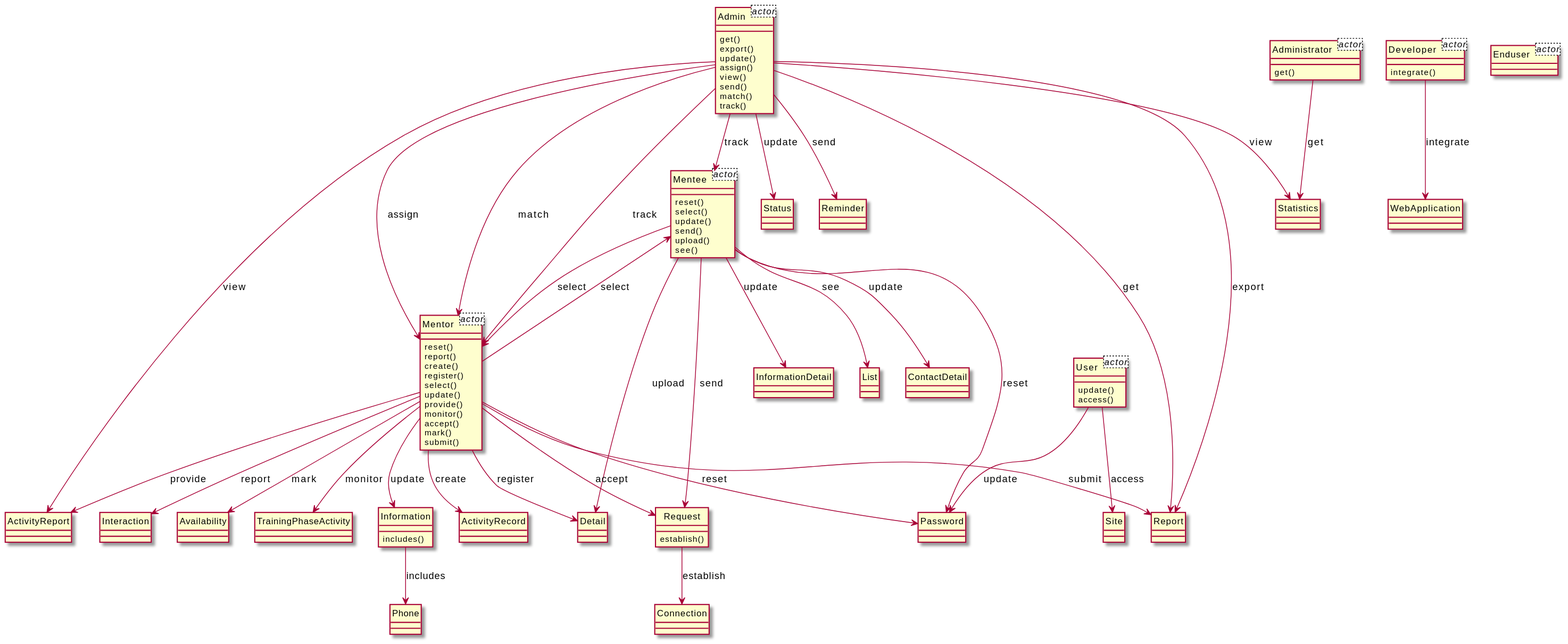
The PlantUML diagram output/diagram_5/2019-USC-Project13.svg in xixixhalu/DomainModelExtractor, before a commit.
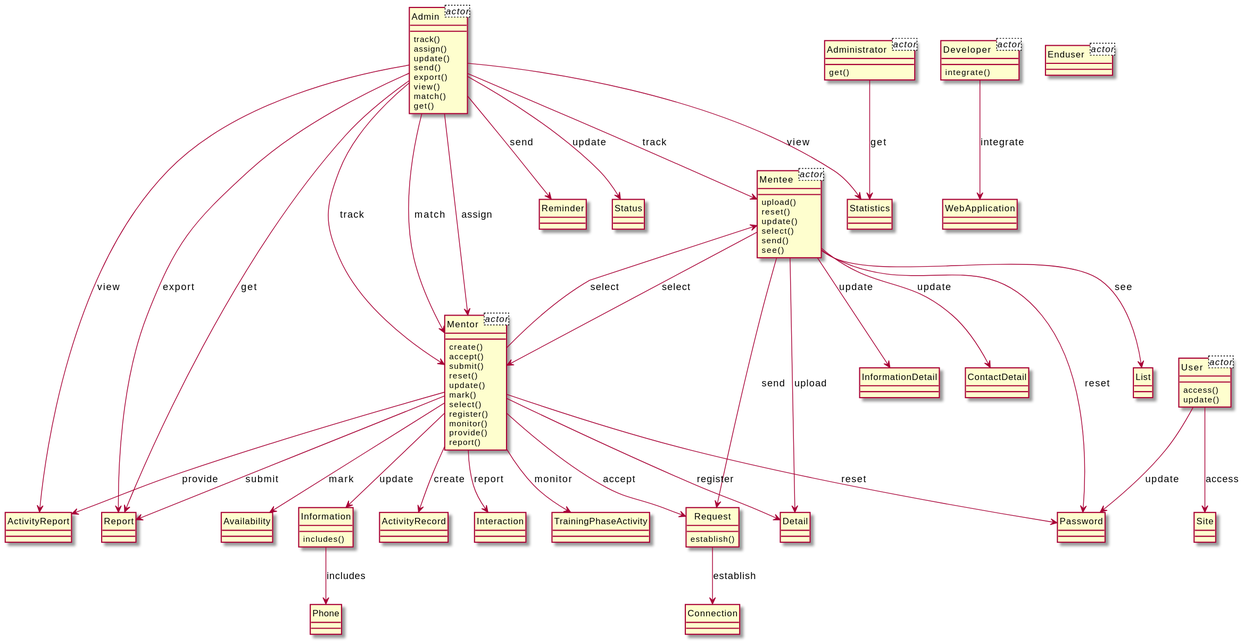
Above is the later version.

Change to the diagram source:
```diff
@@ -14,121 +14,121 @@
 }
 class Administrator<actor> {
 }
+class Mentor {
+	create()
+	accept()
+	submit()
+	reset()
+	update()
+	mark()
+	select()
+	register()
+	monitor()
+	provide()
+	report()
+}
+class TrainingPhaseActivity {
+}
 class Admin {
+	track()
+	assign()
+	update()
+	send()
+	export()
+	view()
+	match()
 	get()
-	export()
-	update()
-	assign()
-	view()
-	send()
-	match()
-	track()
 }
-class Mentor {
-	reset()
-	report()
-	create()
-	register()
-	select()
-	update()
-	provide()
-	monitor()
-	accept()
-	mark()
-	submit()
+class Report {
+}
+class ActivityReport {
+}
+class Interaction {
 }
 class Mentee {
+	upload()
 	reset()
+	update()
 	select()
-	update()
 	send()
-	upload()
 	see()
+}
+class InformationDetail {
+}
+class Statistics {
+}
+class Detail {
 }
 class ContactDetail {
 }
+class Reminder {
+}
 class Password {
 }
-class Administrator {
-	get()
-}
-class Statistics {
+class List {
 }
 class Availability {
 }
-class Detail {
-}
-class Report {
+class User {
+	access()
+	update()
 }
 class Request {
 	establish()
 }
+class Developer {
+	integrate()
+}
+class WebApplication {
+}
 class Connection {
-}
-class Status {
-}
-class TrainingPhaseActivity {
 }
 class Information {
 	includes()
 }
 class Phone {
 }
-class InformationDetail {
+class Site {
 }
 class ActivityRecord {
 }
-class User {
-	update()
-	access()
+class Status {
 }
-class Site {
+class Administrator {
+	get()
 }
-class Reminder {
-}
-class ActivityReport {
-}
-class List {
-}
-class Developer {
-	integrate()
-}
-class WebApplication {
-}
-class Interaction {
-}
+Mentor --> Availability : mark
+Mentor --> Request : accept
+Mentor --> Report : submit
+Admin --> Report : get
+Admin --> Status : update
+Admin --> Statistics : view
+User --> Password : update
+Mentor --> ActivityReport : provide
+Admin --> Mentor : assign
+Administrator --> Statistics : get
+Mentee --> Request : send
+Admin --> Mentee : track
+Mentor --> Password : reset
+Mentee --> Detail : upload
+Admin --> Mentor : track
+Admin --> Report : export
+Mentor --> Interaction : report
+Mentor --> Mentee : select
 Developer --> WebApplication : integrate
-Mentor --> Mentee : select
+Admin --> ActivityReport : view
 Mentee --> ContactDetail : update
+Request --> Connection : establish
+Mentee --> InformationDetail : update
+Admin --> Reminder : send
 Information --> Phone : includes
-Mentor --> Interaction : report
-Mentor --> Availability : mark
-Mentor --> Report : submit
-Admin --> Mentee : track
 Mentor --> Detail : register
-Mentee --> InformationDetail : update
+Admin --> Mentor : match
+User --> Site : access
 Mentee --> Password : reset
-User --> Password : update
-Admin --> Mentor : track
-Admin --> Mentor : assign
+Mentor --> Information : update
+Mentee --> List : see
+Mentee --> Mentor : select
+Mentor --> TrainingPhaseActivity : monitor
 Mentor --> ActivityRecord : create
-Mentee --> Detail : upload
-Mentor --> ActivityReport : provide
-Mentor --> Password : reset
-Admin --> Report : export
-User --> Site : access
-Admin --> Reminder : send
-Request --> Connection : establish
-Administrator --> Statistics : get
-Admin --> ActivityReport : view
-Mentor --> Request : accept
-Admin --> Statistics : view
-Mentor --> Information : update
-Admin --> Report : get
-Mentee --> Request : send
-Admin --> Status : update
-Mentee --> List : see
-Mentor --> TrainingPhaseActivity : monitor
-Mentee --> Mentor : select
-Admin --> Mentor : match
 @enduml
```
